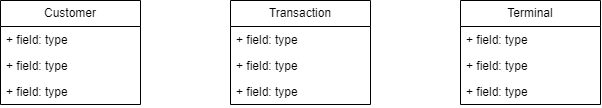
This is images/conceptual-model.png from tabaraei/transaction-graph-neo4j, a draw.io export, as it was before one commit. Source tidied: cells renumbered, new cells last; positions are measured from the earlier drawing's top-left corner, leaving out a move shared by most shapes. The source it was exported from:
```xml
<mxGraphModel>
  <root>
    <mxCell id="0" />
    <mxCell id="1" parent="0" />
    <mxCell id="2" value="Customer" style="swimlane;fontStyle=0;horizontal=1;startSize=26;fillColor=none;whiteSpace=wrap;html=1;" parent="1" vertex="1">
      <mxGeometry width="140" height="104" as="geometry" />
    </mxCell>
    <mxCell id="3" value="+ field: type" style="text;strokeColor=none;fillColor=none;align=left;verticalAlign=top;spacingLeft=4;spacingRight=4;overflow=hidden;whiteSpace=wrap;html=1;" parent="2" vertex="1">
      <mxGeometry y="26" width="140" height="26" as="geometry" />
    </mxCell>
    <mxCell id="4" value="+ field: type" style="text;strokeColor=none;fillColor=none;align=left;verticalAlign=top;spacingLeft=4;spacingRight=4;overflow=hidden;points=[[0,0.5],[1,0.5]];portConstraint=eastwest;whiteSpace=wrap;html=1;" parent="2" vertex="1">
      <mxGeometry y="52" width="140" height="26" as="geometry" />
    </mxCell>
    <mxCell id="5" value="+ field: type" style="text;strokeColor=none;fillColor=none;align=left;verticalAlign=top;spacingLeft=4;spacingRight=4;overflow=hidden;whiteSpace=wrap;html=1;" parent="2" vertex="1">
      <mxGeometry y="78" width="140" height="26" as="geometry" />
    </mxCell>
    <mxCell id="6" value="Transaction" style="swimlane;fontStyle=0;horizontal=1;startSize=26;fillColor=none;whiteSpace=wrap;html=1;" parent="1" vertex="1">
      <mxGeometry x="230" width="140" height="104" as="geometry" />
    </mxCell>
    <mxCell id="7" value="+ field: type" style="text;strokeColor=none;fillColor=none;align=left;verticalAlign=top;spacingLeft=4;spacingRight=4;overflow=hidden;whiteSpace=wrap;html=1;" parent="6" vertex="1">
      <mxGeometry y="26" width="140" height="26" as="geometry" />
    </mxCell>
    <mxCell id="8" value="+ field: type" style="text;strokeColor=none;fillColor=none;align=left;verticalAlign=top;spacingLeft=4;spacingRight=4;overflow=hidden;whiteSpace=wrap;html=1;" parent="6" vertex="1">
      <mxGeometry y="52" width="140" height="26" as="geometry" />
    </mxCell>
    <mxCell id="9" value="+ field: type" style="text;strokeColor=none;fillColor=none;align=left;verticalAlign=top;spacingLeft=4;spacingRight=4;overflow=hidden;whiteSpace=wrap;html=1;" parent="6" vertex="1">
      <mxGeometry y="78" width="140" height="26" as="geometry" />
    </mxCell>
    <mxCell id="10" value="Terminal" style="swimlane;fontStyle=0;horizontal=1;startSize=26;fillColor=none;whiteSpace=wrap;html=1;" parent="1" vertex="1">
      <mxGeometry x="460" width="140" height="104" as="geometry" />
    </mxCell>
    <mxCell id="11" value="+ field: type" style="text;strokeColor=none;fillColor=none;align=left;verticalAlign=top;spacingLeft=4;spacingRight=4;overflow=hidden;whiteSpace=wrap;html=1;" parent="10" vertex="1">
      <mxGeometry y="26" width="140" height="26" as="geometry" />
    </mxCell>
    <mxCell id="12" value="+ field: type" style="text;strokeColor=none;fillColor=none;align=left;verticalAlign=top;spacingLeft=4;spacingRight=4;overflow=hidden;whiteSpace=wrap;html=1;" parent="10" vertex="1">
      <mxGeometry y="52" width="140" height="26" as="geometry" />
    </mxCell>
    <mxCell id="13" value="+ field: type" style="text;strokeColor=none;fillColor=none;align=left;verticalAlign=top;spacingLeft=4;spacingRight=4;overflow=hidden;whiteSpace=wrap;html=1;" parent="10" vertex="1">
      <mxGeometry y="78" width="140" height="26" as="geometry" />
    </mxCell>
  </root>
</mxGraphModel>
```
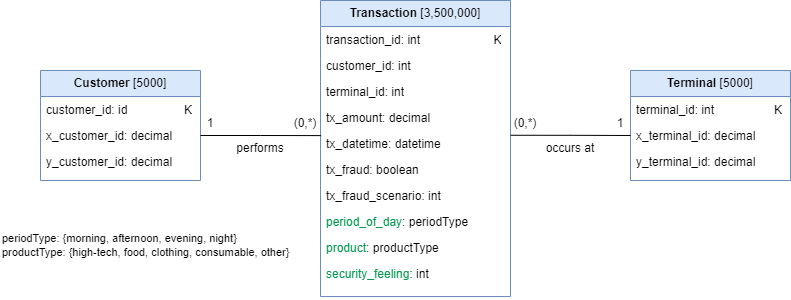
Above is the later version.

Commit message:
added the conceptual and logical models

Diff of the diagram source:
```diff
@@ -2,41 +2,91 @@
   <root>
     <mxCell id="0" />
     <mxCell id="1" parent="0" />
-    <mxCell id="2" value="Customer" style="swimlane;fontStyle=0;horizontal=1;startSize=26;fillColor=none;whiteSpace=wrap;html=1;" parent="1" vertex="1">
-      <mxGeometry width="140" height="104" as="geometry" />
+    <mxCell id="2" value="&lt;b&gt;Customer &lt;/b&gt;[5000]" style="swimlane;fontStyle=0;horizontal=1;startSize=26;fillColor=#dae8fc;whiteSpace=wrap;html=1;strokeColor=#6c8ebf;" parent="1" vertex="1">
+      <mxGeometry x="-30" y="-30" width="160" height="110" as="geometry" />
     </mxCell>
-    <mxCell id="3" value="+ field: type" style="text;strokeColor=none;fillColor=none;align=left;verticalAlign=top;spacingLeft=4;spacingRight=4;overflow=hidden;whiteSpace=wrap;html=1;" parent="2" vertex="1">
-      <mxGeometry y="26" width="140" height="26" as="geometry" />
+    <mxCell id="3" value="customer_id: id&amp;nbsp; &amp;nbsp; &amp;nbsp; &amp;nbsp; &amp;nbsp; &amp;nbsp; &amp;nbsp; &amp;nbsp; &amp;nbsp;K" style="text;strokeColor=none;fillColor=none;align=left;verticalAlign=top;spacingLeft=4;spacingRight=4;overflow=hidden;whiteSpace=wrap;html=1;" parent="2" vertex="1">
+      <mxGeometry y="26" width="160" height="26" as="geometry" />
     </mxCell>
-    <mxCell id="4" value="+ field: type" style="text;strokeColor=none;fillColor=none;align=left;verticalAlign=top;spacingLeft=4;spacingRight=4;overflow=hidden;points=[[0,0.5],[1,0.5]];portConstraint=eastwest;whiteSpace=wrap;html=1;" parent="2" vertex="1">
-      <mxGeometry y="52" width="140" height="26" as="geometry" />
+    <mxCell id="4" value="x_customer_id: decimal" style="text;strokeColor=none;fillColor=none;align=left;verticalAlign=top;spacingLeft=4;spacingRight=4;overflow=hidden;points=[[0,0.5],[1,0.5]];portConstraint=eastwest;whiteSpace=wrap;html=1;" parent="2" vertex="1">
+      <mxGeometry y="52" width="160" height="26" as="geometry" />
     </mxCell>
-    <mxCell id="5" value="+ field: type" style="text;strokeColor=none;fillColor=none;align=left;verticalAlign=top;spacingLeft=4;spacingRight=4;overflow=hidden;whiteSpace=wrap;html=1;" parent="2" vertex="1">
-      <mxGeometry y="78" width="140" height="26" as="geometry" />
+    <mxCell id="5" value="y_customer_id: decimal" style="text;strokeColor=none;fillColor=none;align=left;verticalAlign=top;spacingLeft=4;spacingRight=4;overflow=hidden;whiteSpace=wrap;html=1;" parent="2" vertex="1">
+      <mxGeometry y="78" width="160" height="32" as="geometry" />
     </mxCell>
-    <mxCell id="6" value="Transaction" style="swimlane;fontStyle=0;horizontal=1;startSize=26;fillColor=none;whiteSpace=wrap;html=1;" parent="1" vertex="1">
-      <mxGeometry x="230" width="140" height="104" as="geometry" />
+    <mxCell id="6" value="&lt;b&gt;Terminal &lt;/b&gt;[5000]" style="swimlane;fontStyle=0;horizontal=1;startSize=26;fillColor=#dae8fc;whiteSpace=wrap;html=1;strokeColor=#6c8ebf;" parent="1" vertex="1">
+      <mxGeometry x="560" y="-30" width="160" height="110" as="geometry" />
     </mxCell>
-    <mxCell id="7" value="+ field: type" style="text;strokeColor=none;fillColor=none;align=left;verticalAlign=top;spacingLeft=4;spacingRight=4;overflow=hidden;whiteSpace=wrap;html=1;" parent="6" vertex="1">
-      <mxGeometry y="26" width="140" height="26" as="geometry" />
+    <mxCell id="7" value="terminal_id: int&amp;nbsp; &amp;nbsp; &amp;nbsp; &amp;nbsp; &amp;nbsp; &amp;nbsp; &amp;nbsp; &amp;nbsp; &amp;nbsp; K" style="text;strokeColor=none;fillColor=none;align=left;verticalAlign=top;spacingLeft=4;spacingRight=4;overflow=hidden;whiteSpace=wrap;html=1;" parent="6" vertex="1">
+      <mxGeometry y="26" width="160" height="26" as="geometry" />
     </mxCell>
-    <mxCell id="8" value="+ field: type" style="text;strokeColor=none;fillColor=none;align=left;verticalAlign=top;spacingLeft=4;spacingRight=4;overflow=hidden;whiteSpace=wrap;html=1;" parent="6" vertex="1">
-      <mxGeometry y="52" width="140" height="26" as="geometry" />
+    <mxCell id="8" value="x_terminal_id: decimal" style="text;strokeColor=none;fillColor=none;align=left;verticalAlign=top;spacingLeft=4;spacingRight=4;overflow=hidden;whiteSpace=wrap;html=1;" parent="6" vertex="1">
+      <mxGeometry y="52" width="160" height="26" as="geometry" />
     </mxCell>
-    <mxCell id="9" value="+ field: type" style="text;strokeColor=none;fillColor=none;align=left;verticalAlign=top;spacingLeft=4;spacingRight=4;overflow=hidden;whiteSpace=wrap;html=1;" parent="6" vertex="1">
-      <mxGeometry y="78" width="140" height="26" as="geometry" />
-    </mxCell>
+    <mxCell id="14" value="y_terminal_id: decimal" style="text;strokeColor=none;fillColor=none;align=left;verticalAlign=top;spacingLeft=4;spacingRight=4;overflow=hidden;whiteSpace=wrap;html=1;" parent="6" vertex="1">
+      <mxGeometry y="78" width="160" height="32" as="geometry" />
+    </mxCell>
-    <mxCell id="10" value="Terminal" style="swimlane;fontStyle=0;horizontal=1;startSize=26;fillColor=none;whiteSpace=wrap;html=1;" parent="1" vertex="1">
-      <mxGeometry x="460" width="140" height="104" as="geometry" />
+    <mxCell id="10" value="&lt;b&gt;Transaction &lt;/b&gt;[3,500,000]" style="swimlane;fontStyle=0;horizontal=1;startSize=26;fillColor=#dae8fc;whiteSpace=wrap;html=1;strokeColor=#6c8ebf;" parent="1" vertex="1">
+      <mxGeometry x="250" y="-100" width="190" height="296" as="geometry" />
     </mxCell>
-    <mxCell id="11" value="+ field: type" style="text;strokeColor=none;fillColor=none;align=left;verticalAlign=top;spacingLeft=4;spacingRight=4;overflow=hidden;whiteSpace=wrap;html=1;" parent="10" vertex="1">
-      <mxGeometry y="26" width="140" height="26" as="geometry" />
+    <mxCell id="11" value="transaction_id: int&amp;nbsp; &amp;nbsp; &amp;nbsp; &amp;nbsp; &amp;nbsp; &amp;nbsp; &amp;nbsp; &amp;nbsp; &amp;nbsp; &amp;nbsp; &amp;nbsp; K" style="text;strokeColor=none;fillColor=none;align=left;verticalAlign=top;spacingLeft=4;spacingRight=4;overflow=hidden;whiteSpace=wrap;html=1;" parent="10" vertex="1">
+      <mxGeometry y="26" width="190" height="26" as="geometry" />
     </mxCell>
-    <mxCell id="12" value="+ field: type" style="text;strokeColor=none;fillColor=none;align=left;verticalAlign=top;spacingLeft=4;spacingRight=4;overflow=hidden;whiteSpace=wrap;html=1;" parent="10" vertex="1">
-      <mxGeometry y="52" width="140" height="26" as="geometry" />
+    <mxCell id="12" value="customer_id: int" style="text;strokeColor=none;fillColor=none;align=left;verticalAlign=top;spacingLeft=4;spacingRight=4;overflow=hidden;whiteSpace=wrap;html=1;" parent="10" vertex="1">
+      <mxGeometry y="52" width="190" height="26" as="geometry" />
     </mxCell>
-    <mxCell id="13" value="+ field: type" style="text;strokeColor=none;fillColor=none;align=left;verticalAlign=top;spacingLeft=4;spacingRight=4;overflow=hidden;whiteSpace=wrap;html=1;" parent="10" vertex="1">
-      <mxGeometry y="78" width="140" height="26" as="geometry" />
-    </mxCell>
+    <mxCell id="15" value="terminal_id: int" style="text;strokeColor=none;fillColor=none;align=left;verticalAlign=top;spacingLeft=4;spacingRight=4;overflow=hidden;whiteSpace=wrap;html=1;" parent="10" vertex="1">
+      <mxGeometry y="78" width="190" height="26" as="geometry" />
+    </mxCell>
+    <mxCell id="16" value="tx_amount: decimal" style="text;strokeColor=none;fillColor=none;align=left;verticalAlign=top;spacingLeft=4;spacingRight=4;overflow=hidden;whiteSpace=wrap;html=1;" parent="10" vertex="1">
+      <mxGeometry y="104" width="190" height="26" as="geometry" />
+    </mxCell>
+    <mxCell id="17" value="tx_datetime: datetime" style="text;strokeColor=none;fillColor=none;align=left;verticalAlign=top;spacingLeft=4;spacingRight=4;overflow=hidden;points=[[0,0.5],[1,0.5]];portConstraint=eastwest;whiteSpace=wrap;html=1;" parent="10" vertex="1">
+      <mxGeometry y="130" width="190" height="26" as="geometry" />
+    </mxCell>
+    <mxCell id="18" value="tx_fraud: boolean" style="text;strokeColor=none;fillColor=none;align=left;verticalAlign=top;spacingLeft=4;spacingRight=4;overflow=hidden;whiteSpace=wrap;html=1;" parent="10" vertex="1">
+      <mxGeometry y="156" width="190" height="26" as="geometry" />
+    </mxCell>
+    <mxCell id="19" value="tx_fraud_scenario: int" style="text;strokeColor=none;fillColor=none;align=left;verticalAlign=top;spacingLeft=4;spacingRight=4;overflow=hidden;whiteSpace=wrap;html=1;" parent="10" vertex="1">
+      <mxGeometry y="182" width="190" height="26" as="geometry" />
+    </mxCell>
+    <mxCell id="20" value="&lt;font color=&quot;#00994d&quot;&gt;period_of_day&lt;/font&gt;:&amp;nbsp;&lt;span style=&quot;text-align: center;&quot;&gt;periodType&lt;/span&gt;" style="text;strokeColor=none;fillColor=none;align=left;verticalAlign=top;spacingLeft=4;spacingRight=4;overflow=hidden;whiteSpace=wrap;html=1;" parent="10" vertex="1">
+      <mxGeometry y="208" width="190" height="26" as="geometry" />
+    </mxCell>
+    <mxCell id="21" value="&lt;span style=&quot;text-align: center;&quot;&gt;&lt;font color=&quot;#00994d&quot;&gt;product&lt;/font&gt;&lt;/span&gt;:&amp;nbsp;&lt;span style=&quot;text-align: center;&quot;&gt;productType&lt;/span&gt;" style="text;strokeColor=none;fillColor=none;align=left;verticalAlign=top;spacingLeft=4;spacingRight=4;overflow=hidden;whiteSpace=wrap;html=1;" parent="10" vertex="1">
+      <mxGeometry y="234" width="190" height="26" as="geometry" />
+    </mxCell>
+    <mxCell id="22" value="&lt;span style=&quot;text-align: center;&quot;&gt;&lt;font color=&quot;#00994d&quot;&gt;security_feeling&lt;/font&gt;: int&lt;/span&gt;" style="text;strokeColor=none;fillColor=none;align=left;verticalAlign=top;spacingLeft=4;spacingRight=4;overflow=hidden;whiteSpace=wrap;html=1;" parent="10" vertex="1">
+      <mxGeometry y="260" width="190" height="36" as="geometry" />
+    </mxCell>
+    <mxCell id="23" style="edgeStyle=orthogonalEdgeStyle;rounded=0;jettySize=auto;html=1;exitX=1;exitY=0.5;exitDx=0;exitDy=0;entryX=0.003;entryY=0.196;entryDx=0;entryDy=0;entryPerimeter=0;endArrow=none;endFill=0;" parent="1" edge="1" source="4" target="17">
+      <mxGeometry relative="1" as="geometry" />
+    </mxCell>
+    <mxCell id="24" value="&lt;font style=&quot;font-size: 12px;&quot;&gt;1&lt;/font&gt;" style="text;html=1;align=center;verticalAlign=middle;whiteSpace=wrap;rounded=0;" parent="1" vertex="1">
+      <mxGeometry x="130" y="10" width="20" height="25" as="geometry" />
+    </mxCell>
+    <mxCell id="25" value="&lt;font style=&quot;font-size: 12px;&quot;&gt;(0,*)&lt;/font&gt;" style="text;html=1;align=center;verticalAlign=middle;whiteSpace=wrap;rounded=0;" parent="1" vertex="1">
+      <mxGeometry x="220" y="10" width="30" height="25" as="geometry" />
+    </mxCell>
+    <mxCell id="26" value="&lt;font style=&quot;font-size: 12px;&quot;&gt;performs&lt;/font&gt;" style="text;html=1;align=center;verticalAlign=middle;whiteSpace=wrap;rounded=0;" parent="1" vertex="1">
+      <mxGeometry x="160" y="35" width="60" height="25" as="geometry" />
+    </mxCell>
+    <mxCell id="27" style="edgeStyle=orthogonalEdgeStyle;rounded=0;jettySize=auto;html=1;exitX=1.001;exitY=0.183;exitDx=0;exitDy=0;endArrow=none;endFill=0;exitPerimeter=0;" parent="1" edge="1" source="17">
+      <mxGeometry relative="1" as="geometry">
+        <mxPoint x="560" y="35" as="targetPoint" />
+      </mxGeometry>
+    </mxCell>
+    <mxCell id="28" value="&lt;font style=&quot;font-size: 12px;&quot;&gt;occurs at&lt;/font&gt;" style="text;html=1;align=center;verticalAlign=middle;whiteSpace=wrap;rounded=0;" parent="1" vertex="1">
+      <mxGeometry x="470" y="35" width="60" height="25" as="geometry" />
+    </mxCell>
+    <mxCell id="29" value="&lt;font style=&quot;font-size: 12px;&quot;&gt;1&lt;/font&gt;" style="text;html=1;align=center;verticalAlign=middle;whiteSpace=wrap;rounded=0;" parent="1" vertex="1">
+      <mxGeometry x="540" y="10" width="20" height="25" as="geometry" />
+    </mxCell>
+    <mxCell id="30" value="&lt;font style=&quot;font-size: 12px;&quot;&gt;(0,*)&lt;/font&gt;" style="text;html=1;align=center;verticalAlign=middle;whiteSpace=wrap;rounded=0;" parent="1" vertex="1">
+      <mxGeometry x="440" y="10" width="30" height="25" as="geometry" />
+    </mxCell>
+    <mxCell id="31" value="&lt;div style=&quot;font-size: 11px;&quot;&gt;&lt;font style=&quot;font-size: 11px;&quot;&gt;periodType: {morning, afternoon, evening, night}&amp;nbsp;&lt;/font&gt;&lt;/div&gt;&lt;div style=&quot;font-size: 11px;&quot;&gt;&lt;font style=&quot;font-size: 11px;&quot;&gt;productType: {high-tech, food, clothing, consumable, other}&lt;/font&gt;&lt;/div&gt;" style="text;html=1;align=left;verticalAlign=middle;whiteSpace=wrap;rounded=0;" parent="1" vertex="1">
+      <mxGeometry x="-70" y="110" width="320" height="70" as="geometry" />
+    </mxCell>
   </root>
 </mxGraphModel>
```
